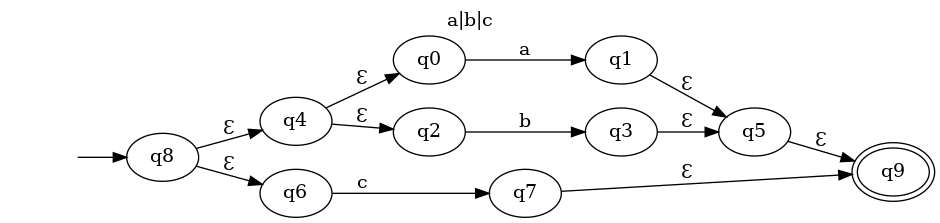
anthony-sv/Regex2NFA2DFA keeps this Graphviz diagram as nfa.png. Above is the earlier version. Its source is kept beside it as nfa.gv. The source it was exported from:
```dot
digraph "" {
	labelloc="t";
	label="a|b|c";
	rankdir=LR;
	" " [shape=plaintext];
	" " -> q8;
	q0 -> q1	[key=0,
		label=a];
	q1 -> q5	[key=0,
		label=Ɛ];
	q2 -> q3	[key=0,
		label=b];
	q3 -> q5	[key=0,
		label=Ɛ];
	q4 -> q0	[key=0,
		label=Ɛ];
	q4 -> q2	[key=0,
		label=Ɛ];
	q9	[peripheries=2];
	q5 -> q9	[key=0,
		label=Ɛ];
	q6 -> q7	[key=0,
		label=c];
	q7 -> q9	[key=0,
		label=Ɛ];
	q8 -> q4	[key=0,
		label=Ɛ];
	q8 -> q6	[key=0,
		label=Ɛ];
}
```
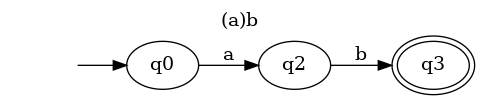
The same file after the commit.

Change to the diagram source:
```diff
@@ -1,30 +1,12 @@
 digraph "" {
 	labelloc="t";
-	label="a|b|c";
+	label="(a)b";
 	rankdir=LR;
 	" " [shape=plaintext];
-	" " -> q8;
-	q0 -> q1	[key=0,
+	" " -> q0;
+	q0 -> q2	[key=0,
 		label=a];
-	q1 -> q5	[key=0,
-		label=Ɛ];
+	q3	[peripheries=2];
 	q2 -> q3	[key=0,
 		label=b];
-	q3 -> q5	[key=0,
-		label=Ɛ];
-	q4 -> q0	[key=0,
-		label=Ɛ];
-	q4 -> q2	[key=0,
-		label=Ɛ];
-	q9	[peripheries=2];
-	q5 -> q9	[key=0,
-		label=Ɛ];
-	q6 -> q7	[key=0,
-		label=c];
-	q7 -> q9	[key=0,
-		label=Ɛ];
-	q8 -> q4	[key=0,
-		label=Ɛ];
-	q8 -> q6	[key=0,
-		label=Ɛ];
 }
```
